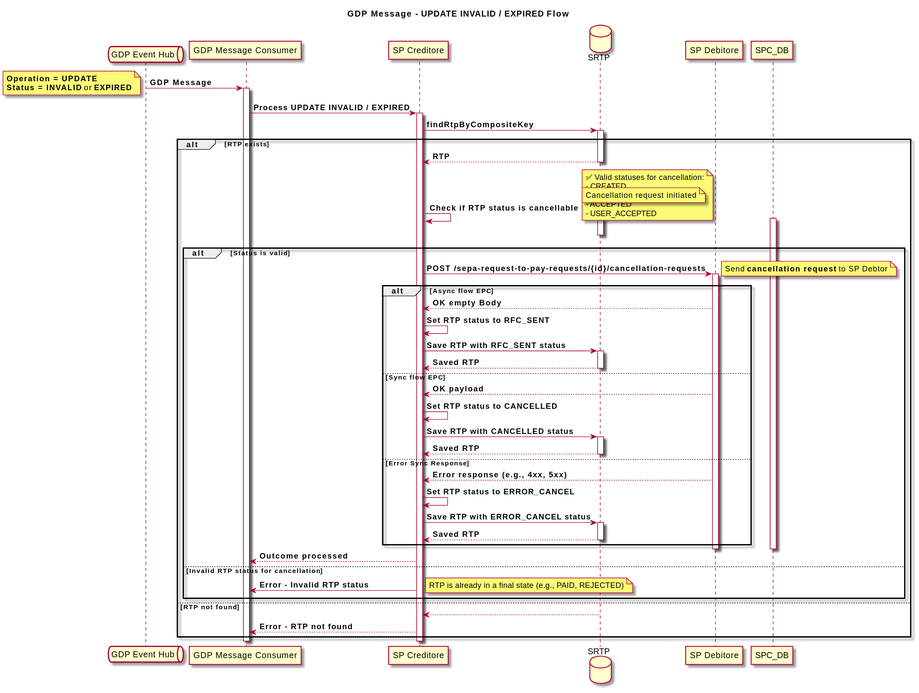
pagopa/rtp-docs keeps this PlantUML diagram as diagrams/update-expired-invalid-queue-schema.svg. Above is the earlier version.
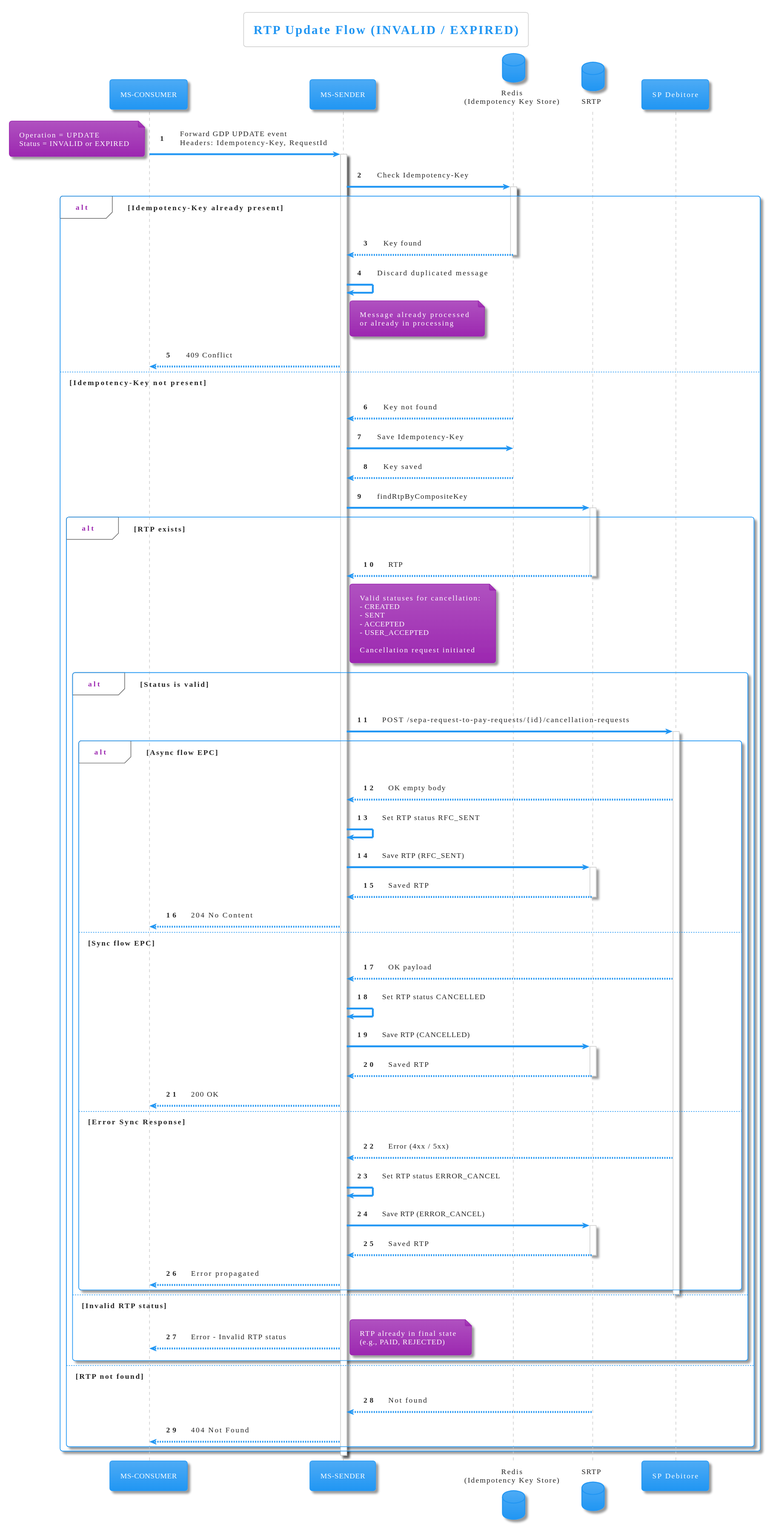
Later version of the same file.

Commit message:
feat: [SRTP-1566] Introduce idempotency handling for GDP message processing (#39)

Change to the diagram source:
```diff
@@ -1,87 +1,108 @@
 @startuml
-skin rose
-title GDP Message - **UPDATE INVALID / EXPIRED** Flow
+!theme materia
 
-queue "GDP Event Hub" as Queue
-participant "GDP Message Consumer" as Consumer
-participant "SP Creditore" as SPC
+title RTP Update Flow (INVALID / EXPIRED)
+
+participant "MS-CONSUMER" as CONSUMER
+participant "MS-SENDER" as SENDER
+database "Redis\n(Idempotency Key Store)" as REDIS
 database "SRTP" as SRTP
 participant "SP Debitore" as SPD
 
-Queue -> Consumer: **GDP Message**
+autonumber
+
+CONSUMER -> SENDER: Forward GDP UPDATE event\nHeaders: Idempotency-Key, RequestId
 note left
-  **Operation = UPDATE**
-  **Status = INVALID** or **EXPIRED**
+  Operation = UPDATE
+  Status = INVALID or EXPIRED
 end note
 
-activate Consumer
-Consumer -> SPC: **Process UPDATE INVALID / EXPIRED**
-activate SPC
+activate SENDER
 
-SPC -> SRTP: **findRtpByCompositeKey**
-activate SRTP
+SENDER -> REDIS: Check Idempotency-Key
+activate REDIS
 
-alt **RTP exists**
-  SRTP --> SPC: **RTP**
-  deactivate SRTP
+alt Idempotency-Key already present
+  REDIS --> SENDER: Key found
+  deactivate REDIS
+  SENDER -> SENDER: Discard duplicated message
+  note right of SENDER
+    Message already processed
+    or already in processing
+  end note
+  SENDER --> CONSUMER: 409 Conflict
 
-  SPC -> SPC: **Check if RTP status is cancellable**
-  note right
-    ✅ Valid statuses for cancellation:
-    - CREATED
-    - SENT
-    - ACCEPTED
-    - USER_ACCEPTED
-  end note
+else Idempotency-Key not present
+  REDIS --> SENDER: Key not found
+  SENDER -> REDIS: Save Idempotency-Key
+  REDIS --> SENDER: Key saved
+  deactivate REDIS
 
-  alt **Status is valid**
-    note right: Cancellation request initiated
-    activate SPC_DB
-    activate SRTP
+  SENDER -> SRTP: findRtpByCompositeKey
+  activate SRTP
+
+  alt RTP exists
+    SRTP --> SENDER: RTP
     deactivate SRTP
 
-    SPC -> SPD: **POST /sepa-request-to-pay-requests/{id}/cancellation-requests**
-    note right: Send **cancellation request** to SP Debtor
-    activate SPD
+    note right of SENDER
+      Valid statuses for cancellation:
+      - CREATED
+      - SENT
+      - ACCEPTED
+      - USER_ACCEPTED
 
-    alt **Async flow EPC**
-      SPD --> SPC: **OK empty Body**
-      SPC -> SPC: **Set RTP status to RFC_SENT**
-      SPC -> SRTP: **Save RTP with RFC_SENT status**
-      activate SRTP
-      SRTP --> SPC: **Saved RTP**
-      deactivate SRTP
-    else **Sync flow EPC**
-      SPD --> SPC: **OK payload**
-      SPC -> SPC: **Set RTP status to CANCELLED**
-      SPC -> SRTP: **Save RTP with CANCELLED status**
-      activate SRTP
-      SRTP --> SPC: **Saved RTP**
-      deactivate SRTP
-    else **Error Sync Response**
-      SPD --> SPC: **Error response (e.g., 4xx, 5xx)**
-      SPC -> SPC: **Set RTP status to ERROR_CANCEL**
-      SPC -> SRTP: **Save RTP with ERROR_CANCEL status**
-      activate SRTP
-      SRTP --> SPC: **Saved RTP**
-      deactivate SRTP
+      Cancellation request initiated
+    end note
+
+    alt Status is valid
+      SENDER -> SPD: POST /sepa-request-to-pay-requests/{id}/cancellation-requests
+      activate SPD
+
+      alt Async flow EPC
+        SPD --> SENDER: OK empty body
+        SENDER -> SENDER: Set RTP status RFC_SENT
+        SENDER -> SRTP: Save RTP (RFC_SENT)
+        activate SRTP
+        SRTP --> SENDER: Saved RTP
+        deactivate SRTP
+        SENDER --> CONSUMER: 204 No Content
+
+      else Sync flow EPC
+        SPD --> SENDER: OK payload
+        SENDER -> SENDER: Set RTP status CANCELLED
+        SENDER -> SRTP: Save RTP (CANCELLED)
+        activate SRTP
+        SRTP --> SENDER: Saved RTP
+        deactivate SRTP
+        SENDER --> CONSUMER: 200 OK
+
+      else Error Sync Response
+        SPD --> SENDER: Error (4xx / 5xx)
+        SENDER -> SENDER: Set RTP status ERROR_CANCEL
+        SENDER -> SRTP: Save RTP (ERROR_CANCEL)
+        activate SRTP
+        SRTP --> SENDER: Saved RTP
+        deactivate SRTP
+        SENDER --> CONSUMER: Error propagated
+      end
+
+      deactivate SPD
+
+    else Invalid RTP status
+      SENDER --> CONSUMER: Error - Invalid RTP status
+      note right
+        RTP already in final state
+        (e.g., PAID, REJECTED)
+      end note
     end
 
-    deactivate SPD
-    deactivate SPC_DB
-    SPC --> Consumer: **Outcome processed**
-
-  else **Invalid RTP status for cancellation**
-    SPC -> Consumer: **Error - Invalid RTP status**
-    note right: RTP is already in a final state (e.g., PAID, REJECTED)
+  else RTP not found
+    SRTP --> SENDER: Not found
+    deactivate SRTP
+    SENDER --> CONSUMER: 404 Not Found
   end
-
-else **RTP not found**
-  SRTP --> SPC
-  deactivate SRTP
-  SPC --> Consumer: **Error - RTP not found**
 end
 
-deactivate SPC
-deactivate Consumer
+deactivate SENDER
 @enduml
```
